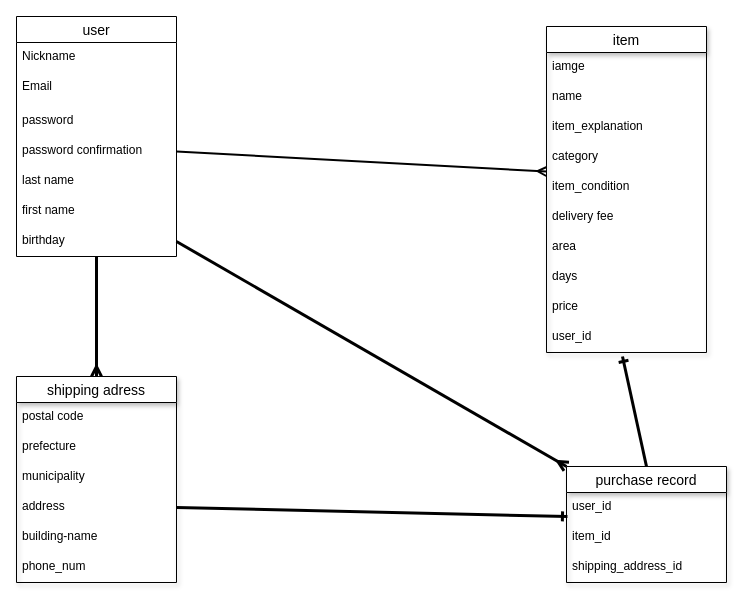
Earlier version of the draw.io diagram furima.dio (byernrl9/furima-37957). Source tidied: cells renumbered, new cells numbered last; positions are measured from the earlier drawing's top-left corner, leaving out a move shared by most shapes. Both pictures are drawn from the tidied source at 100%, with x=0, y=0 at pixel (16, 16).
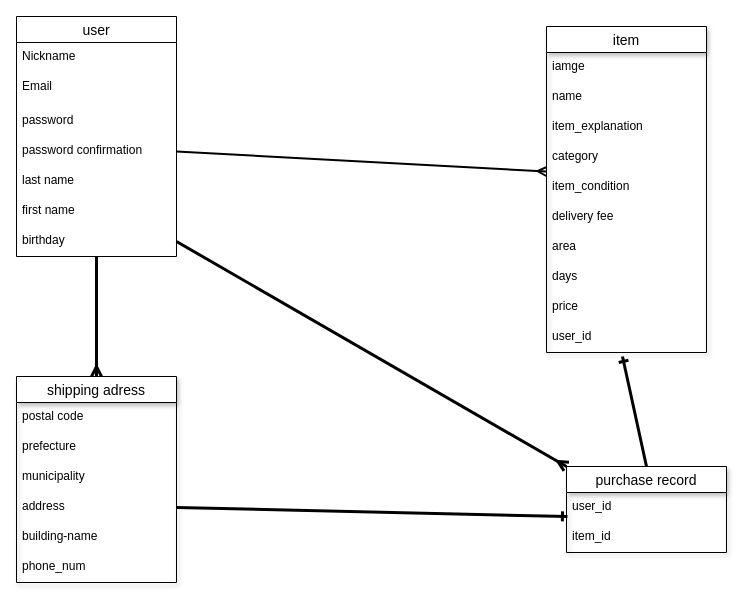
Above is the later version.

Commit message (it also covers changes not shown here):
データベース設計

Diff of the diagram source:
```diff
@@
     <mxCell id="30" value="purchase record" style="swimlane;fontStyle=0;horizontal=1;startSize=26;align=center;fontSize=14;shadow=1;" parent="1" vertex="1">
-      <mxGeometry x="550" y="450" width="160" height="116" as="geometry" />
+      <mxGeometry x="550" y="450" width="160" height="86" as="geometry" />
     </mxCell>
@@
-    <mxCell id="33" value="shipping_address_id" style="text;strokeColor=none;fillColor=none;spacingLeft=4;spacingRight=4;overflow=hidden;fontSize=12;shadow=1;" parent="30" vertex="1">
-      <mxGeometry y="86" width="160" height="30" as="geometry" />
-    </mxCell>
```
